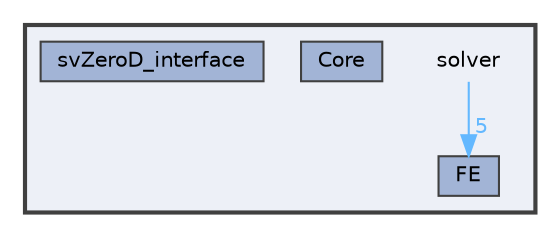
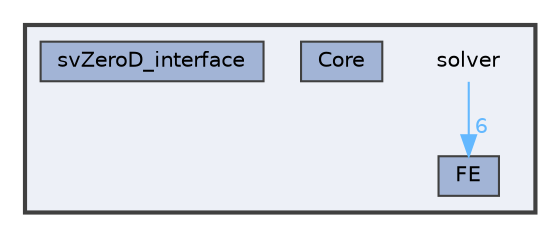
digraph "solver"
{
 // LATEX_PDF_SIZE
  bgcolor="transparent";
  edge [fontname=Helvetica,fontsize=10,labelfontname=Helvetica,labelfontsize=10];
  node [fontname=Helvetica,fontsize=10,shape=box,height=0.2,width=0.4];
  compound=true
  subgraph clusterdir_efbd6dac86ba3db355ec311a66674d80 {
    graph [ bgcolor="#edf0f7", pencolor="grey25", label="", fontname=Helvetica,fontsize=10 style="filled,bold", URL="dir_efbd6dac86ba3db355ec311a66674d80.html",tooltip=""]
    dir_efbd6dac86ba3db355ec311a66674d80 [shape=plaintext, label="solver"];
  dir_f9f47ebc898640bd1221b4284220c2cd [label="Core", fillcolor="#a2b4d6", color="grey25", style="filled", URL="dir_f9f47ebc898640bd1221b4284220c2cd.html",tooltip=""];
  dir_edb35bb30936176f05c4bb64c6d7790d [label="FE", fillcolor="#a2b4d6", color="grey25", style="filled", URL="dir_edb35bb30936176f05c4bb64c6d7790d.html",tooltip=""];
  dir_c12edd3389dbd555225deb48185c0c12 [label="svZeroD_interface", fillcolor="#a2b4d6", color="grey25", style="filled", URL="dir_c12edd3389dbd555225deb48185c0c12.html",tooltip=""];
  }
-   dir_efbd6dac86ba3db355ec311a66674d80->dir_edb35bb30936176f05c4bb64c6d7790d [headlabel="5", labeldistance=1.5 headhref="dir_000006_000003.html" href="dir_000006_000003.html" color="steelblue1" fontcolor="steelblue1"];
+   dir_efbd6dac86ba3db355ec311a66674d80->dir_edb35bb30936176f05c4bb64c6d7790d [headlabel="6", labeldistance=1.5 headhref="dir_000006_000003.html" href="dir_000006_000003.html" color="steelblue1" fontcolor="steelblue1"];
}
